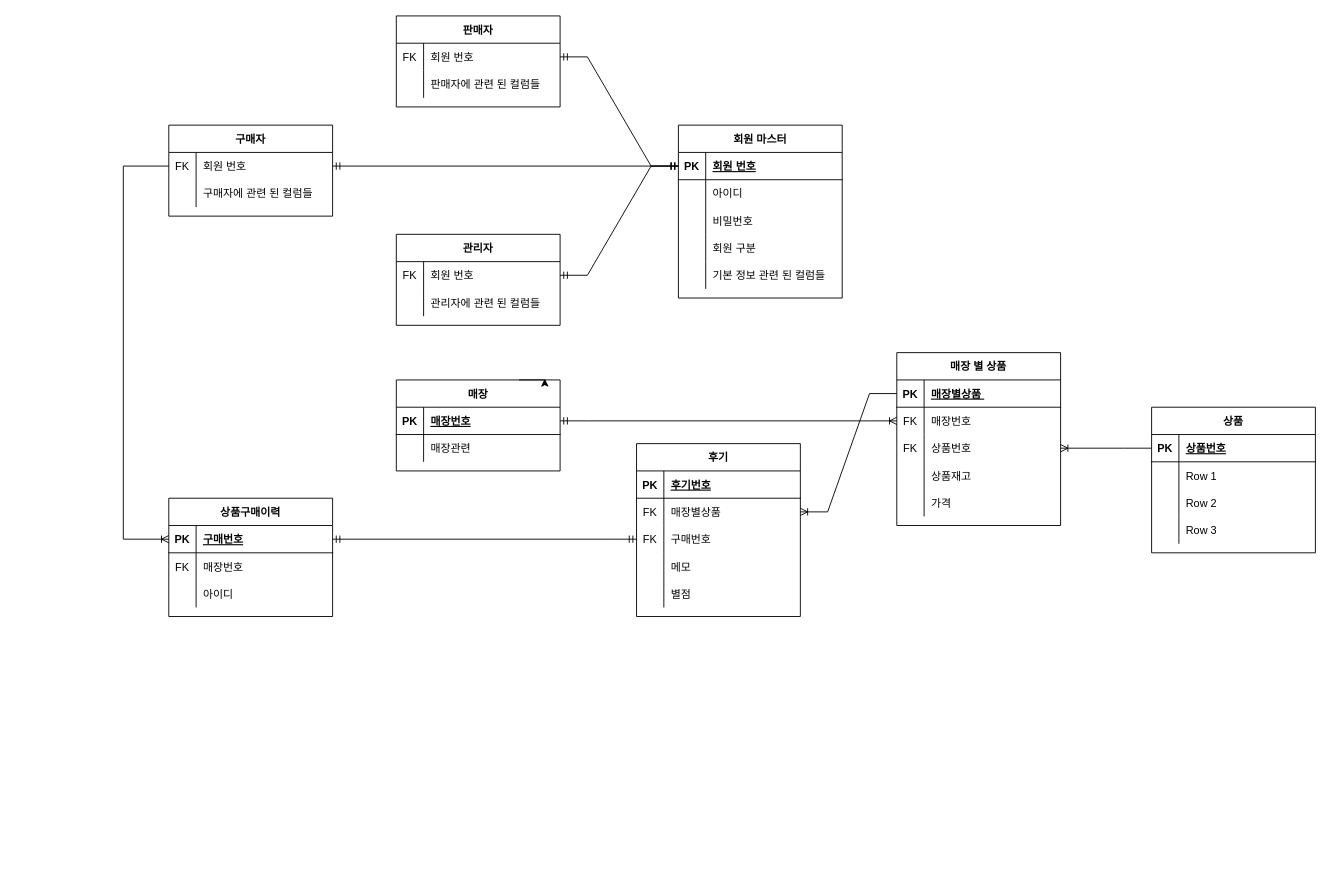
This is 제목 없는 다이어그램.drawio from intulda/TIL, a draw.io file, before an edit. Source tidied: cells renumbered, new cells numbered last; positions are measured from the earlier drawing's top-left corner, leaving out a move shared by most shapes. Both pictures are drawn from the tidied source at 91%, with x=0, y=0 at pixel (123, 15).
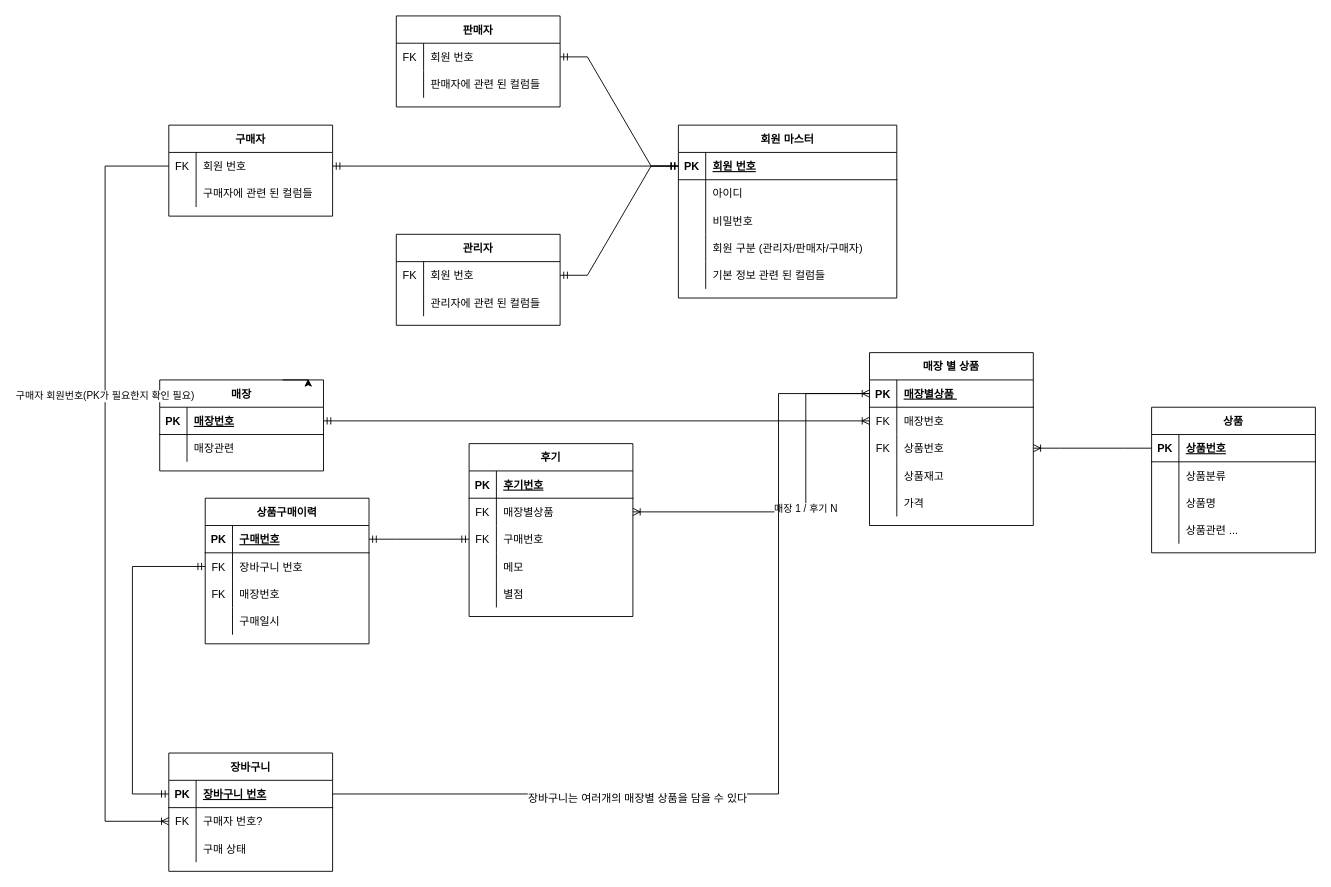
The same diagram, later.

Commit message:
제목 없는 다이어그램.drawio 업데이트

The change refers to these unchanged cells:
```xml
<mxCell id="45" style="shape=tableRow;horizontal=0;startSize=0;swimlaneHead=0;swimlaneBody=0;fillColor=none;top=0;left=0;right=0;bottom=0;strokeColor=default;" parent="41" vertex="1">
  <mxGeometry y="60" width="180" height="30" as="geometry" />
</mxCell>
<mxCell id="48" style="shape=tableRow;horizontal=0;startSize=0;swimlaneHead=0;swimlaneBody=0;fillColor=none;top=0;left=0;right=0;bottom=0;strokeColor=default;" parent="41" vertex="1">
  <mxGeometry y="90" width="180" height="30" as="geometry" />
</mxCell>
<mxCell id="51" style="shape=tableRow;horizontal=0;startSize=0;swimlaneHead=0;swimlaneBody=0;fillColor=none;top=0;left=0;right=0;bottom=0;strokeColor=default;" parent="41" vertex="1">
  <mxGeometry y="120" width="180" height="30" as="geometry" />
</mxCell>
<mxCell id="55" style="shape=tableRow;horizontal=0;startSize=0;swimlaneHead=0;swimlaneBody=0;fillColor=none;points=[[0,0.5],[1,0.5]];portConstraint=eastwest;top=0;left=0;right=0;bottom=1;strokeColor=default;" parent="54" vertex="1">
  <mxGeometry y="30" width="180" height="30" as="geometry" />
</mxCell>
<mxCell id="71" style="shape=tableRow;horizontal=0;startSize=0;swimlaneHead=0;swimlaneBody=0;fillColor=none;points=[[0,0.5],[1,0.5]];portConstraint=eastwest;top=0;left=0;right=0;bottom=1;" parent="70" vertex="1">
  <mxGeometry y="30" width="180" height="30" as="geometry" />
</mxCell>
<mxCell id="81" style="shape=tableRow;horizontal=0;startSize=0;swimlaneHead=0;swimlaneBody=0;fillColor=none;points=[[0,0.5],[1,0.5]];portConstraint=eastwest;top=0;left=0;right=0;bottom=0;strokeColor=default;" parent="80" vertex="1">
  <mxGeometry y="30" width="180" height="30" as="geometry" />
</mxCell>
<mxCell id="96" style="shape=tableRow;horizontal=0;startSize=0;swimlaneHead=0;swimlaneBody=0;fillColor=none;points=[[0,0.5],[1,0.5]];portConstraint=eastwest;top=0;left=0;right=0;bottom=0;strokeColor=default;" parent="92" vertex="1">
  <mxGeometry y="60" width="180" height="30" as="geometry" />
</mxCell>
```

What changed in the source:
```diff
@@
     <mxCell id="2" value="회원 마스터" style="shape=table;startSize=30;childLayout=tableLayout;rowLines=0;fontStyle=1;align=center;" parent="1" vertex="1">
-      <mxGeometry x="610" y="120" width="180" height="190" as="geometry" />
+      <mxGeometry x="610" y="120" width="240" height="190" as="geometry" />
     </mxCell>
     <mxCell id="3" style="shape=tableRow;horizontal=0;startSize=0;swimlaneHead=0;swimlaneBody=0;fillColor=none;points=[[0,0.5],[1,0.5]];portConstraint=eastwest;top=0;left=0;right=0;bottom=1;" parent="2" vertex="1">
-      <mxGeometry y="30" width="180" height="30" as="geometry" />
+      <mxGeometry y="30" width="240" height="30" as="geometry" />
     </mxCell>
@@
     <mxCell id="5" value="회원 번호" style="shape=partialRectangle;fillColor=none;top=0;left=0;bottom=0;right=0;align=left;spacingLeft=6;fontStyle=5;overflow=hidden;" parent="3" vertex="1">
-      <mxGeometry x="30" width="150" height="30" as="geometry" />
+      <mxGeometry x="30" width="210" height="30" as="geometry" />
     </mxCell>
     <mxCell id="6" style="shape=tableRow;horizontal=0;startSize=0;swimlaneHead=0;swimlaneBody=0;fillColor=none;top=0;left=0;right=0;bottom=0;" parent="2" vertex="1">
-      <mxGeometry y="60" width="180" height="30" as="geometry" />
+      <mxGeometry y="60" width="240" height="30" as="geometry" />
     </mxCell>
@@
     <mxCell id="8" value="아이디" style="shape=partialRectangle;fillColor=none;top=0;left=0;bottom=0;right=0;align=left;spacingLeft=6;overflow=hidden;" parent="6" vertex="1">
-      <mxGeometry x="30" width="150" height="30" as="geometry" />
+      <mxGeometry x="30" width="210" height="30" as="geometry" />
     </mxCell>
     <mxCell id="9" style="shape=tableRow;horizontal=0;startSize=0;swimlaneHead=0;swimlaneBody=0;fillColor=none;top=0;left=0;right=0;bottom=0;" parent="2" vertex="1">
-      <mxGeometry y="90" width="180" height="30" as="geometry" />
+      <mxGeometry y="90" width="240" height="30" as="geometry" />
     </mxCell>
@@
     <mxCell id="11" value="비밀번호" style="shape=partialRectangle;fillColor=none;top=0;left=0;bottom=0;right=0;align=left;spacingLeft=6;overflow=hidden;" parent="9" vertex="1">
-      <mxGeometry x="30" width="150" height="30" as="geometry" />
+      <mxGeometry x="30" width="210" height="30" as="geometry" />
     </mxCell>
     <mxCell id="12" style="shape=tableRow;horizontal=0;startSize=0;swimlaneHead=0;swimlaneBody=0;fillColor=none;top=0;left=0;right=0;bottom=0;strokeColor=default;" parent="2" vertex="1">
-      <mxGeometry y="120" width="180" height="30" as="geometry" />
+      <mxGeometry y="120" width="240" height="30" as="geometry" />
     </mxCell>
@@
-    <mxCell id="14" value="회원 구분" style="shape=partialRectangle;fillColor=none;top=0;left=0;bottom=0;right=0;align=left;spacingLeft=6;overflow=hidden;strokeColor=default;" parent="12" vertex="1">
-      <mxGeometry x="30" width="150" height="30" as="geometry" />
+    <mxCell id="14" value="회원 구분 (관리자/판매자/구매자)" style="shape=partialRectangle;fillColor=none;top=0;left=0;bottom=0;right=0;align=left;spacingLeft=6;overflow=hidden;strokeColor=default;" parent="12" vertex="1">
+      <mxGeometry x="30" width="210" height="30" as="geometry" />
     </mxCell>
     <mxCell id="15" style="shape=tableRow;horizontal=0;startSize=0;swimlaneHead=0;swimlaneBody=0;fillColor=none;top=0;left=0;right=0;bottom=0;" parent="2" vertex="1">
-      <mxGeometry y="150" width="180" height="30" as="geometry" />
+      <mxGeometry y="150" width="240" height="30" as="geometry" />
     </mxCell>
@@
     <mxCell id="17" value="기본 정보 관련 된 컬럼들" style="shape=partialRectangle;fillColor=none;top=0;left=0;bottom=0;right=0;align=left;spacingLeft=6;overflow=hidden;" parent="15" vertex="1">
-      <mxGeometry x="30" width="150" height="30" as="geometry" />
+      <mxGeometry x="30" width="210" height="30" as="geometry" />
     </mxCell>
@@
     <mxCell id="33" value="매장" style="shape=table;startSize=30;childLayout=tableLayout;rowLines=0;fontStyle=1;align=center;strokeColor=default;" parent="1" vertex="1">
-      <mxGeometry x="300" y="400" width="180" height="100" as="geometry" />
+      <mxGeometry x="40" y="400" width="180" height="100" as="geometry" />
     </mxCell>
@@
-    <mxCell id="47" value="Row 1" style="shape=partialRectangle;fillColor=none;top=0;left=0;bottom=0;right=0;align=left;spacingLeft=6;overflow=hidden;strokeColor=default;" parent="45" vertex="1">
+    <mxCell id="47" value="상품분류" style="shape=partialRectangle;fillColor=none;top=0;left=0;bottom=0;right=0;align=left;spacingLeft=6;overflow=hidden;strokeColor=default;" parent="45" vertex="1">
       <mxGeometry x="30" width="150" height="30" as="geometry" />
     </mxCell>
@@
-    <mxCell id="50" value="Row 2" style="shape=partialRectangle;fillColor=none;top=0;left=0;bottom=0;right=0;align=left;spacingLeft=6;overflow=hidden;strokeColor=default;" parent="48" vertex="1">
+    <mxCell id="50" value="상품명" style="shape=partialRectangle;fillColor=none;top=0;left=0;bottom=0;right=0;align=left;spacingLeft=6;overflow=hidden;strokeColor=default;" parent="48" vertex="1">
       <mxGeometry x="30" width="150" height="30" as="geometry" />
     </mxCell>
@@
-    <mxCell id="53" value="Row 3" style="shape=partialRectangle;fillColor=none;top=0;left=0;bottom=0;right=0;align=left;spacingLeft=6;overflow=hidden;strokeColor=default;" parent="51" vertex="1">
+    <mxCell id="53" value="상품관련 ..." style="shape=partialRectangle;fillColor=none;top=0;left=0;bottom=0;right=0;align=left;spacingLeft=6;overflow=hidden;strokeColor=default;" parent="51" vertex="1">
       <mxGeometry x="30" width="150" height="30" as="geometry" />
     </mxCell>
     <mxCell id="54" value="매장 별 상품" style="shape=table;startSize=30;childLayout=tableLayout;rowLines=0;fontStyle=1;align=center;strokeColor=default;" parent="1" vertex="1">
-      <mxGeometry x="850" y="370" width="180" height="190" as="geometry" />
+      <mxGeometry x="820" y="370" width="180" height="190" as="geometry" />
     </mxCell>
@@
     <mxCell id="70" value="상품구매이력" style="shape=table;startSize=30;childLayout=tableLayout;rowLines=0;fontStyle=1;align=center;" parent="1" vertex="1">
-      <mxGeometry x="50" y="530" width="180" height="130" as="geometry" />
+      <mxGeometry x="90" y="530" width="180" height="160" as="geometry" />
     </mxCell>
@@
+    <mxCell id="111" style="shape=tableRow;horizontal=0;startSize=0;swimlaneHead=0;swimlaneBody=0;fillColor=none;points=[[0,0.5],[1,0.5]];portConstraint=eastwest;top=0;left=0;right=0;bottom=0;strokeColor=default;" parent="70" vertex="1">
+      <mxGeometry y="60" width="180" height="30" as="geometry" />
+    </mxCell>
+    <mxCell id="112" value="FK" style="shape=partialRectangle;fillColor=none;top=0;left=0;bottom=0;right=0;fontStyle=0;overflow=hidden;strokeColor=default;" parent="111" vertex="1">
+      <mxGeometry width="30" height="30" as="geometry" />
+    </mxCell>
+    <mxCell id="113" value="장바구니 번호" style="shape=partialRectangle;fillColor=none;top=0;left=0;bottom=0;right=0;align=left;spacingLeft=6;fontStyle=0;overflow=hidden;strokeColor=default;" parent="111" vertex="1">
+      <mxGeometry x="30" width="150" height="30" as="geometry" />
+    </mxCell>
     <mxCell id="74" style="shape=tableRow;horizontal=0;startSize=0;swimlaneHead=0;swimlaneBody=0;fillColor=none;top=0;left=0;right=0;bottom=0;strokeColor=default;" parent="70" vertex="1">
-      <mxGeometry y="60" width="180" height="30" as="geometry" />
+      <mxGeometry y="90" width="180" height="30" as="geometry" />
     </mxCell>
@@
-    <mxCell id="77" style="shape=tableRow;horizontal=0;startSize=0;swimlaneHead=0;swimlaneBody=0;fillColor=none;top=0;left=0;right=0;bottom=0;" parent="70" vertex="1">
-      <mxGeometry y="90" width="180" height="30" as="geometry" />
-    </mxCell>
-    <mxCell id="78" style="shape=partialRectangle;fillColor=none;top=0;left=0;bottom=0;right=0;overflow=hidden;" parent="77" vertex="1">
-      <mxGeometry width="30" height="30" as="geometry" />
-    </mxCell>
-    <mxCell id="79" value="아이디" style="shape=partialRectangle;fillColor=none;top=0;left=0;bottom=0;right=0;align=left;spacingLeft=6;overflow=hidden;" parent="77" vertex="1">
-      <mxGeometry x="30" width="150" height="30" as="geometry" />
-    </mxCell>
+    <mxCell id="114" style="shape=tableRow;horizontal=0;startSize=0;swimlaneHead=0;swimlaneBody=0;fillColor=none;top=0;left=0;right=0;bottom=0;strokeColor=default;" parent="70" vertex="1">
+      <mxGeometry y="120" width="180" height="30" as="geometry" />
+    </mxCell>
+    <mxCell id="115" style="shape=partialRectangle;fillColor=none;top=0;left=0;bottom=0;right=0;overflow=hidden;strokeColor=default;" parent="114" vertex="1">
+      <mxGeometry width="30" height="30" as="geometry" />
+    </mxCell>
+    <mxCell id="116" value="구매일시" style="shape=partialRectangle;fillColor=none;top=0;left=0;bottom=0;right=0;align=left;spacingLeft=6;overflow=hidden;strokeColor=default;" parent="114" vertex="1">
+      <mxGeometry x="30" width="150" height="30" as="geometry" />
+    </mxCell>
@@
     <mxCell id="92" value="후기" style="shape=table;startSize=30;childLayout=tableLayout;rowLines=0;fontStyle=1;align=center;" parent="1" vertex="1">
-      <mxGeometry x="564" y="470" width="180" height="190" as="geometry" />
+      <mxGeometry x="380" y="470" width="180" height="190" as="geometry" />
     </mxCell>
@@
-    <mxCell id="108" style="edgeStyle=entityRelationEdgeStyle;fontSize=12;html=1;endArrow=ERoneToMany;rounded=0;entryX=1;entryY=0.5;entryDx=0;entryDy=0;exitX=0;exitY=0.5;exitDx=0;exitDy=0;" parent="1" edge="1" source="55" target="96">
-      <mxGeometry relative="1" as="geometry" />
+    <mxCell id="108" style="edgeStyle=orthogonalEdgeStyle;fontSize=12;html=1;endArrow=ERoneToMany;rounded=0;entryX=1;entryY=0.5;entryDx=0;entryDy=0;exitX=0;exitY=0.5;exitDx=0;exitDy=0;" parent="1" edge="1" source="55" target="96">
+      <mxGeometry relative="1" as="geometry">
+        <Array as="points">
+          <mxPoint x="750" y="415" />
+          <mxPoint x="750" y="545" />
+        </Array>
+      </mxGeometry>
     </mxCell>
+    <mxCell id="117" value="매장 1 / 후기 N" style="edgeLabel;html=1;align=center;verticalAlign=middle;" parent="108" vertex="1">
+      <mxGeometry x="0.03" y="-4" relative="1" as="geometry" />
+    </mxCell>
@@
-    <mxCell id="110" style="edgeStyle=orthogonalEdgeStyle;fontSize=12;html=1;endArrow=ERoneToMany;rounded=0;entryX=0;entryY=0.5;entryDx=0;entryDy=0;exitX=0;exitY=0.5;exitDx=0;exitDy=0;" parent="1" edge="1" source="81" target="71">
-      <mxGeometry relative="1" as="geometry">
-        <Array as="points">
-          <mxPoint y="165" />
-          <mxPoint y="575" />
-        </Array>
-      </mxGeometry>
-    </mxCell>
+    <mxCell id="118" value="장바구니" style="shape=table;startSize=30;childLayout=tableLayout;rowLines=0;fontStyle=1;align=center;strokeColor=default;" parent="1" vertex="1">
+      <mxGeometry x="50" y="810" width="180" height="130" as="geometry" />
+    </mxCell>
+    <mxCell id="119" style="shape=tableRow;horizontal=0;startSize=0;swimlaneHead=0;swimlaneBody=0;fillColor=none;points=[[0,0.5],[1,0.5]];portConstraint=eastwest;top=0;left=0;right=0;bottom=1;strokeColor=default;" parent="118" vertex="1">
+      <mxGeometry y="30" width="180" height="30" as="geometry" />
+    </mxCell>
+    <mxCell id="120" value="PK" style="shape=partialRectangle;fillColor=none;top=0;left=0;bottom=0;right=0;fontStyle=1;overflow=hidden;strokeColor=default;" parent="119" vertex="1">
+      <mxGeometry width="30" height="30" as="geometry" />
+    </mxCell>
+    <mxCell id="121" value="장바구니 번호" style="shape=partialRectangle;fillColor=none;top=0;left=0;bottom=0;right=0;align=left;spacingLeft=6;fontStyle=5;overflow=hidden;strokeColor=default;" parent="119" vertex="1">
+      <mxGeometry x="30" width="150" height="30" as="geometry" />
+    </mxCell>
+    <mxCell id="122" style="shape=tableRow;horizontal=0;startSize=0;swimlaneHead=0;swimlaneBody=0;fillColor=none;points=[[0,0.5],[1,0.5]];portConstraint=eastwest;top=0;left=0;right=0;bottom=0;strokeColor=default;" parent="118" vertex="1">
+      <mxGeometry y="60" width="180" height="30" as="geometry" />
+    </mxCell>
+    <mxCell id="123" value="FK" style="shape=partialRectangle;fillColor=none;top=0;left=0;bottom=0;right=0;fontStyle=0;overflow=hidden;strokeColor=default;" parent="122" vertex="1">
+      <mxGeometry width="30" height="30" as="geometry" />
+    </mxCell>
+    <mxCell id="124" value="구매자 번호?" style="shape=partialRectangle;fillColor=none;top=0;left=0;bottom=0;right=0;align=left;spacingLeft=6;fontStyle=0;overflow=hidden;strokeColor=default;" parent="122" vertex="1">
+      <mxGeometry x="30" width="150" height="30" as="geometry" />
+    </mxCell>
+    <mxCell id="125" style="shape=tableRow;horizontal=0;startSize=0;swimlaneHead=0;swimlaneBody=0;fillColor=none;top=0;left=0;right=0;bottom=0;strokeColor=default;" parent="118" vertex="1">
+      <mxGeometry y="90" width="180" height="30" as="geometry" />
+    </mxCell>
+    <mxCell id="126" style="shape=partialRectangle;fillColor=none;top=0;left=0;bottom=0;right=0;overflow=hidden;strokeColor=default;" parent="125" vertex="1">
+      <mxGeometry width="30" height="30" as="geometry" />
+    </mxCell>
+    <mxCell id="127" value="구매 상태" style="shape=partialRectangle;fillColor=none;top=0;left=0;bottom=0;right=0;align=left;spacingLeft=6;overflow=hidden;strokeColor=default;" parent="125" vertex="1">
+      <mxGeometry x="30" width="150" height="30" as="geometry" />
+    </mxCell>
+    <mxCell id="128" value="장바구니는 여러개의 매장별 상품을 담을 수 있다" style="edgeStyle=orthogonalEdgeStyle;fontSize=12;html=1;endArrow=ERoneToMany;rounded=0;exitX=1;exitY=0.5;exitDx=0;exitDy=0;entryX=0;entryY=0.5;entryDx=0;entryDy=0;" parent="1" edge="1" source="119" target="55">
+      <mxGeometry x="-0.35" y="-5" relative="1" as="geometry">
+        <Array as="points">
+          <mxPoint x="720" y="855" />
+          <mxPoint x="720" y="415" />
+        </Array>
+      </mxGeometry>
+    </mxCell>
+    <mxCell id="129" style="edgeStyle=orthogonalEdgeStyle;fontSize=12;html=1;endArrow=ERoneToMany;rounded=0;exitX=0;exitY=0.5;exitDx=0;exitDy=0;" parent="1" edge="1" source="81" target="122">
+      <mxGeometry relative="1" as="geometry">
+        <Array as="points">
+          <mxPoint x="-20" y="165" />
+          <mxPoint x="-20" y="885" />
+        </Array>
+      </mxGeometry>
+    </mxCell>
+    <mxCell id="130" value="구매자 회원번호(PK가 필요한지 확인 필요)" style="edgeLabel;html=1;align=center;verticalAlign=middle;" parent="129" vertex="1">
+      <mxGeometry x="-0.21" y="-1" relative="1" as="geometry">
+        <mxPoint y="-18" as="offset" />
+      </mxGeometry>
+    </mxCell>
+    <mxCell id="131" style="edgeStyle=orthogonalEdgeStyle;fontSize=12;html=1;endArrow=ERmandOne;startArrow=ERmandOne;rounded=0;exitX=0;exitY=0.5;exitDx=0;exitDy=0;entryX=0;entryY=0.5;entryDx=0;entryDy=0;" parent="1" edge="1" source="119" target="111">
+      <mxGeometry relative="1" as="geometry">
+        <Array as="points">
+          <mxPoint x="10" y="855" />
+          <mxPoint x="10" y="605" />
+        </Array>
+      </mxGeometry>
+    </mxCell>
```
